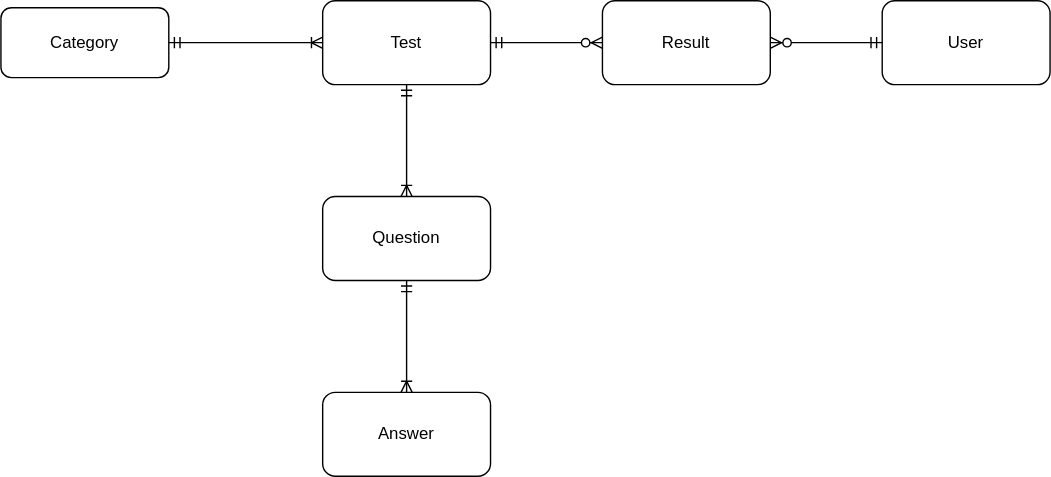
Above: schema.svg in lisenenkov-sl24/TestGuru (draw.io), before the change. Source tidied: cells renumbered, new cells last; positions are measured from the earlier drawing's top-left corner, leaving out a move shared by most shapes.
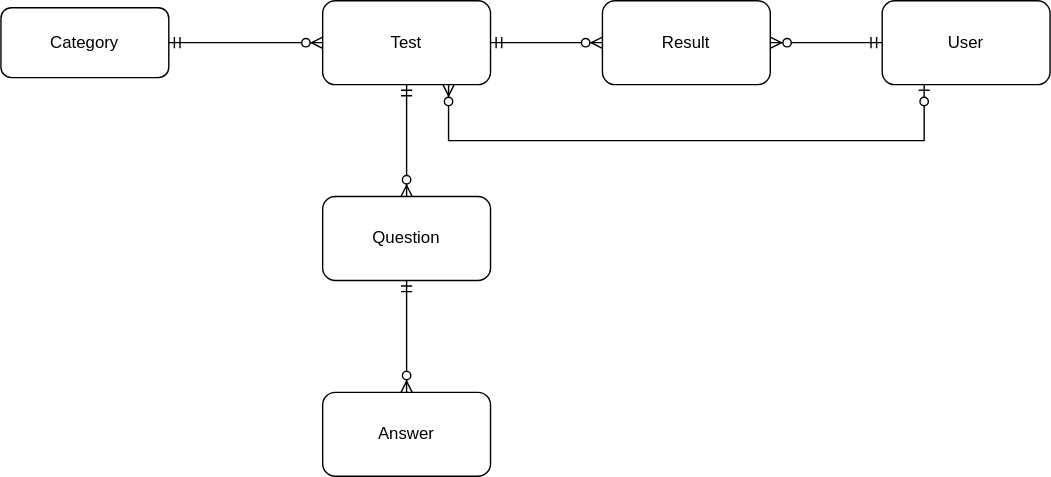
Later version of the same file.

What changed in the source:
```diff
@@ -11,22 +11,30 @@
     <mxCell id="4" value="&lt;div&gt;Category&lt;/div&gt;" style="rounded=1;whiteSpace=wrap;html=1;" parent="1" vertex="1">
       <mxGeometry y="5" width="120" height="50" as="geometry" />
     </mxCell>
-    <mxCell id="5" style="edgeStyle=orthogonalEdgeStyle;rounded=0;jettySize=auto;html=1;entryX=1;entryY=0.5;entryDx=0;entryDy=0;startArrow=ERoneToMany;startFill=0;endArrow=ERmandOne;endFill=0;" parent="1" edge="1" source="8" target="4">
+    <mxCell id="5" style="edgeStyle=orthogonalEdgeStyle;rounded=0;jettySize=auto;html=1;entryX=1;entryY=0.5;entryDx=0;entryDy=0;startArrow=ERzeroToMany;startFill=1;endArrow=ERmandOne;endFill=0;" parent="1" edge="1" source="8" target="4">
       <mxGeometry relative="1" as="geometry" />
     </mxCell>
-    <mxCell id="6" style="edgeStyle=orthogonalEdgeStyle;rounded=0;jettySize=auto;html=1;startArrow=ERmandOne;startFill=0;endArrow=ERoneToMany;endFill=0;" parent="1" edge="1" source="8" target="11">
+    <mxCell id="6" style="edgeStyle=orthogonalEdgeStyle;rounded=0;jettySize=auto;html=1;startArrow=ERmandOne;startFill=0;endArrow=ERzeroToMany;endFill=1;" parent="1" edge="1" source="8" target="11">
       <mxGeometry relative="1" as="geometry" />
     </mxCell>
     <mxCell id="7" style="edgeStyle=orthogonalEdgeStyle;rounded=0;jettySize=auto;html=1;startArrow=ERmandOne;startFill=0;endArrow=ERzeroToMany;endFill=1;" parent="1" edge="1" source="8" target="9">
       <mxGeometry relative="1" as="geometry" />
     </mxCell>
+    <mxCell id="13" style="edgeStyle=orthogonalEdgeStyle;rounded=0;jettySize=auto;html=1;entryX=0.25;entryY=1;entryDx=0;entryDy=0;startArrow=ERzeroToMany;startFill=1;endArrow=ERzeroToOne;endFill=1;exitX=0.75;exitY=1;exitDx=0;exitDy=0;" parent="1" edge="1" source="8" target="3">
+      <mxGeometry relative="1" as="geometry">
+        <Array as="points">
+          <mxPoint x="320" y="100" />
+          <mxPoint x="660" y="100" />
+        </Array>
+      </mxGeometry>
+    </mxCell>
     <mxCell id="8" value="Test" style="rounded=1;whiteSpace=wrap;html=1;" parent="1" vertex="1">
       <mxGeometry x="230" width="120" height="60" as="geometry" />
     </mxCell>
     <mxCell id="9" value="Result" style="rounded=1;whiteSpace=wrap;html=1;" parent="1" vertex="1">
       <mxGeometry x="430" width="120" height="60" as="geometry" />
     </mxCell>
-    <mxCell id="10" style="edgeStyle=orthogonalEdgeStyle;rounded=0;jettySize=auto;html=1;startArrow=ERmandOne;startFill=0;endArrow=ERoneToMany;endFill=0;" parent="1" edge="1" source="11" target="12">
+    <mxCell id="10" style="edgeStyle=orthogonalEdgeStyle;rounded=0;jettySize=auto;html=1;startArrow=ERmandOne;startFill=0;endArrow=ERzeroToMany;endFill=1;" parent="1" edge="1" source="11" target="12">
       <mxGeometry relative="1" as="geometry" />
     </mxCell>
     <mxCell id="11" value="Question" style="rounded=1;whiteSpace=wrap;html=1;" parent="1" vertex="1">
```
